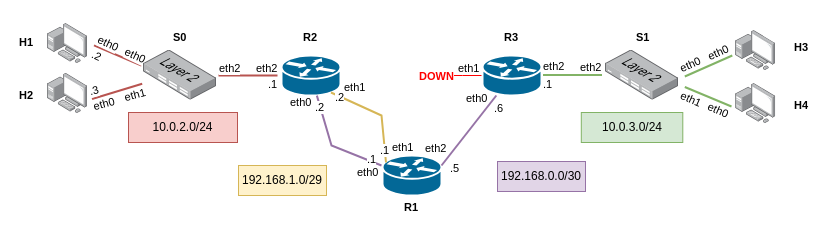
Above: docs/assets/examples_diagrams/example_2/example_2.drawio in lucadibello/mininet-yaml (draw.io), before the change. Source tidied: cells renumbered, new cells numbered last; positions are measured from the earlier drawing's top-left corner, leaving out a move shared by most shapes. Both pictures are drawn from the tidied source at 100%, with x=0, y=0 at pixel (17, 23).
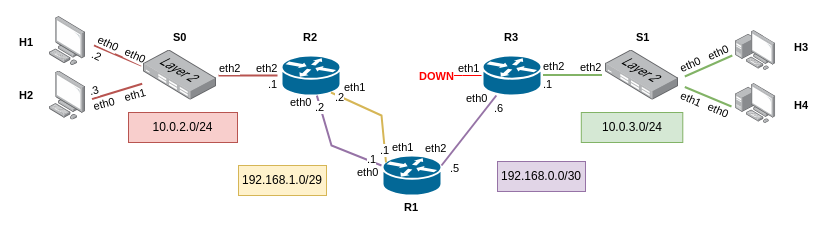
The same diagram, later.

What changed in the source:
```diff
@@
-    <mxCell id="28" style="image;html=1;align=center;shadow=0;dashed=0;image=img/lib/allied_telesis/computer_and_terminals/Personal_Computer_with_Server.svg;" parent="1" vertex="1">
-      <mxGeometry x="30" width="40" height="40" as="geometry" />
-    </mxCell>
-    <mxCell id="29" style="image;html=1;align=center;shadow=0;dashed=0;image=img/lib/allied_telesis/computer_and_terminals/Personal_Computer_with_Server.svg;" parent="1" vertex="1">
-      <mxGeometry x="30" y="49.9" width="40.1" height="40.1" as="geometry" />
-    </mxCell>
@@
+    <mxCell id="64" style="image;html=1;align=center;shadow=0;dashed=0;image=img/lib/allied_telesis/computer_and_terminals/Personal_Computer.svg;" parent="1" vertex="1">
+      <mxGeometry x="32" y="47.6" width="36.1" height="48.9" as="geometry" />
+    </mxCell>
+    <mxCell id="65" style="image;html=1;align=center;shadow=0;dashed=0;image=img/lib/allied_telesis/computer_and_terminals/Personal_Computer.svg;" parent="1" vertex="1">
+      <mxGeometry x="32" y="-6.9" width="36.1" height="48.9" as="geometry" />
+    </mxCell>
```
